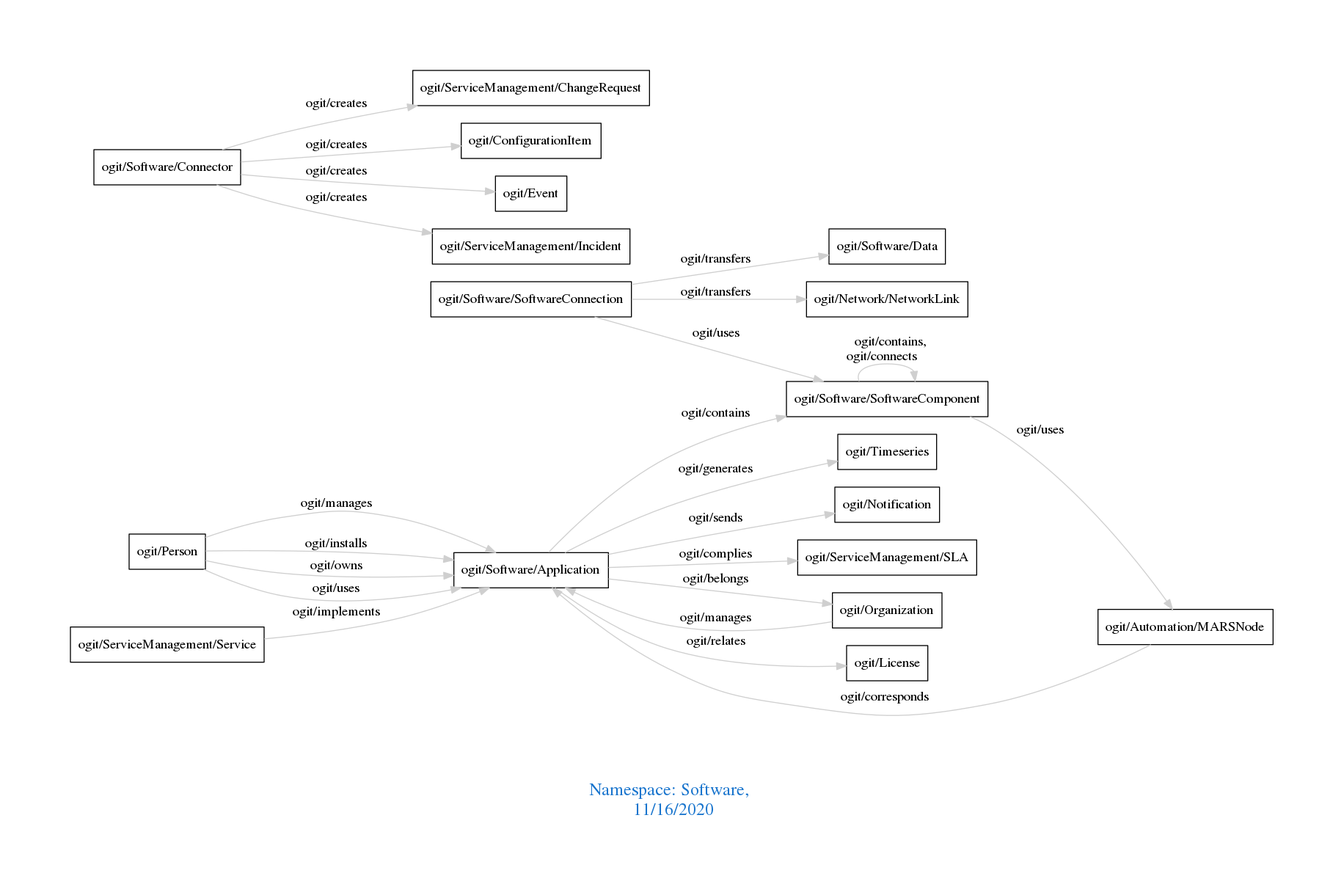
Above: downloads/Software.png in arago/OGIT (Graphviz), before the change. Its source is kept beside it as downloads/Software.dot.
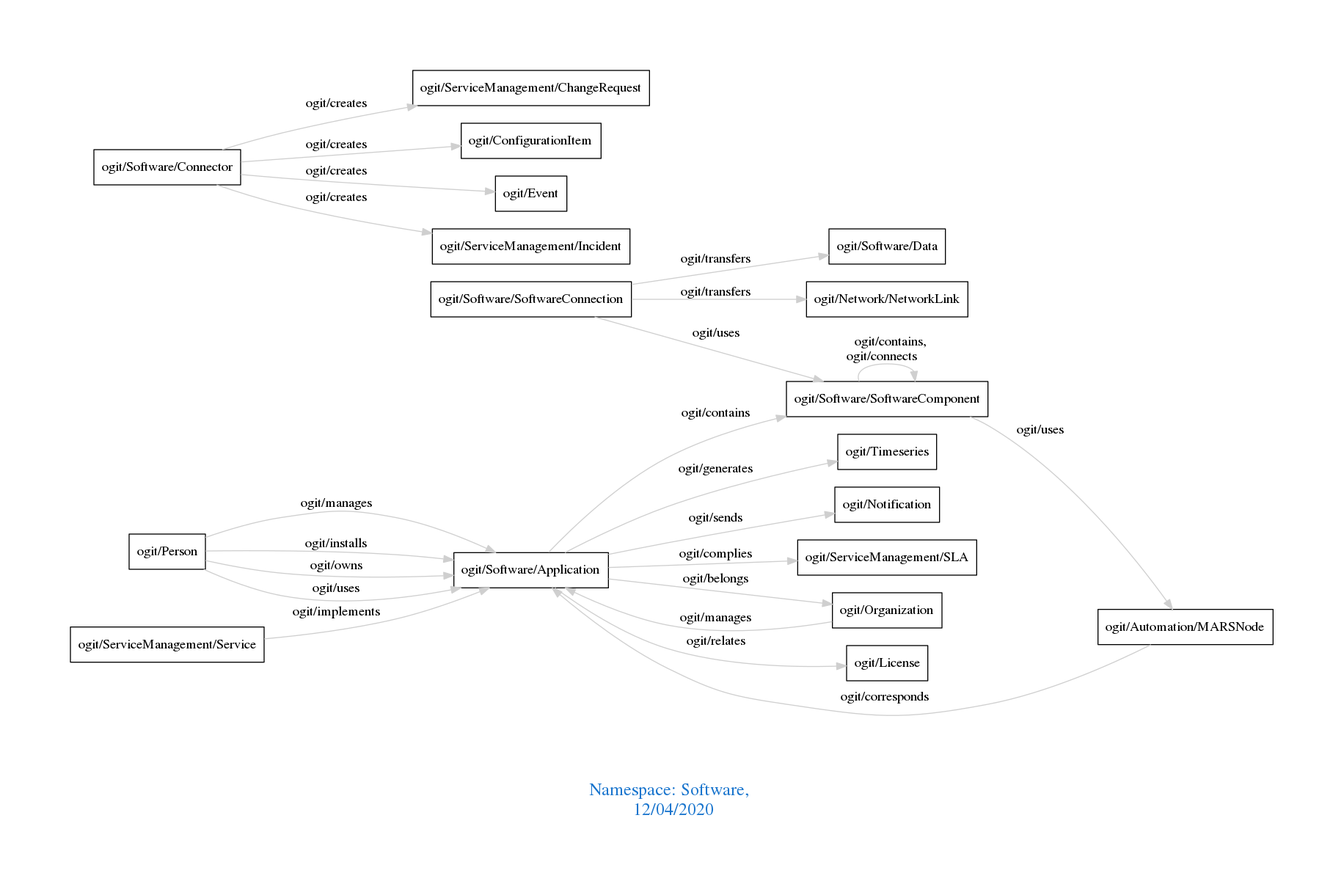
The same file after the commit.

What changed in the source:
```diff
@@ -1,7 +1,7 @@
 digraph OGIT_ontology {
  graph [ rankdir= LR,pad=1
 fontsize = 18,
-fontcolor= dodgerblue3,label = "\n\n\nNamespace: Software, \n 11/16/2020"];
+fontcolor= dodgerblue3,label = "\n\n\nNamespace: Software, \n 12/04/2020"];
 node[shape=polygon];
 edge [  color="gray81"];
 
```
